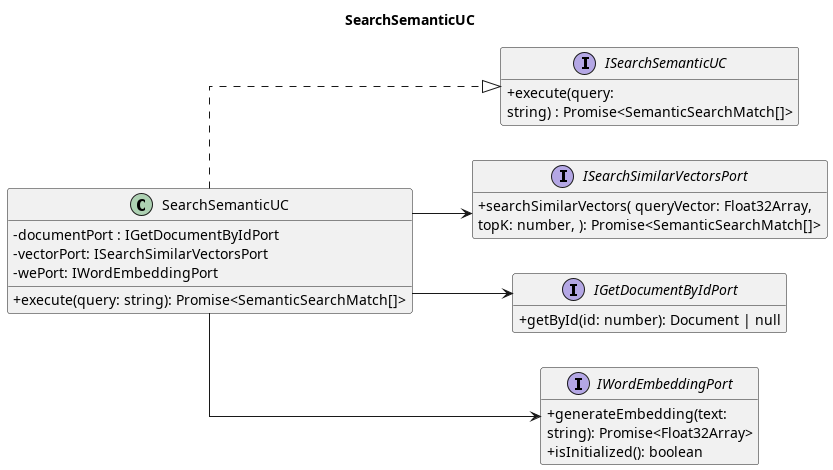
The PlantUML diagram out/3_PB/DocumentiEsterni/DiagrammiSpecificaTecnica/C4/C4_backend_Search/C4_backend_Search-4.png in 7-ZPUs/Docs, before a commit.
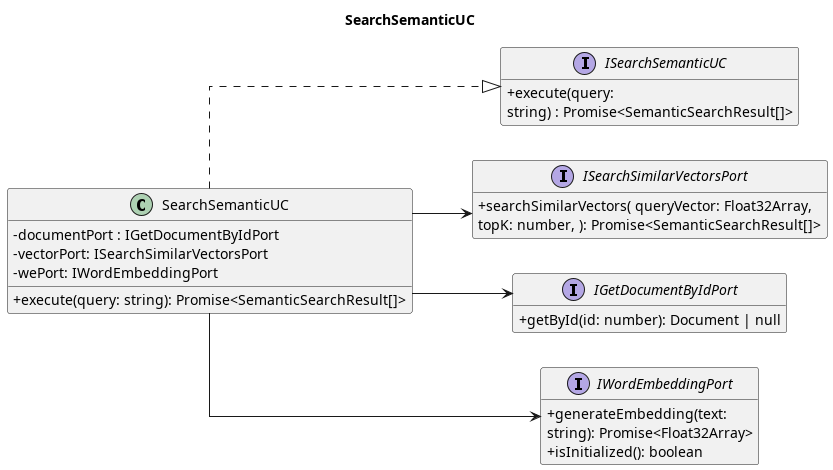
The same diagram one commit later.

Diff of the diagram source:
```diff
@@ -8,17 +8,17 @@
 
 interface ISearchSemanticUC {
     + execute(query:
-    string) : Promise<SemanticSearchMatch[]>
+    string) : Promise<SemanticSearchResult[]>
 }
 class SearchSemanticUC {
     - documentPort : IGetDocumentByIdPort
     - vectorPort: ISearchSimilarVectorsPort
     - wePort: IWordEmbeddingPort
-     + execute(query: string): Promise<SemanticSearchMatch[]>
+     + execute(query: string): Promise<SemanticSearchResult[]>
 }
 interface ISearchSimilarVectorsPort {
     + searchSimilarVectors( queryVector: Float32Array,
-    topK: number, ): Promise<SemanticSearchMatch[]>
+    topK: number, ): Promise<SemanticSearchResult[]>
 }
 interface IGetDocumentByIdPort {
     + getById(id: number): Document | null
```
